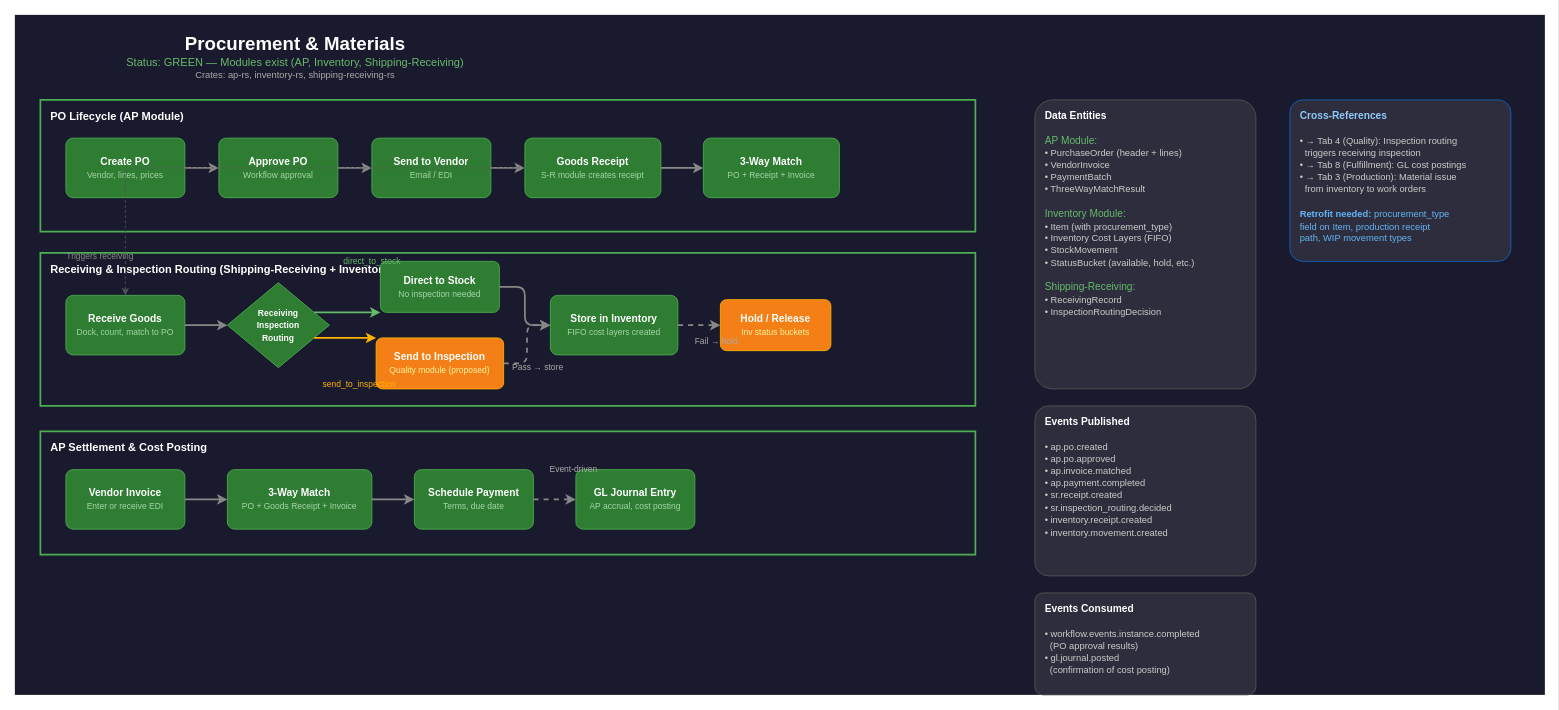
Above: page "1. Procurement & Materials" (2 of 11) of docs/plans/manufacturing-lifecycle.drawio in 7D-Solutions/7D-Solutions-Platform (draw.io), before the change. Source tidied: cells renumbered, new cells numbered last; positions are measured from the earlier drawing's top-left corner, leaving out a move shared by most shapes. Both pictures are drawn from the tidied source at 85%, with x=0, y=0 at pixel (14, 14).
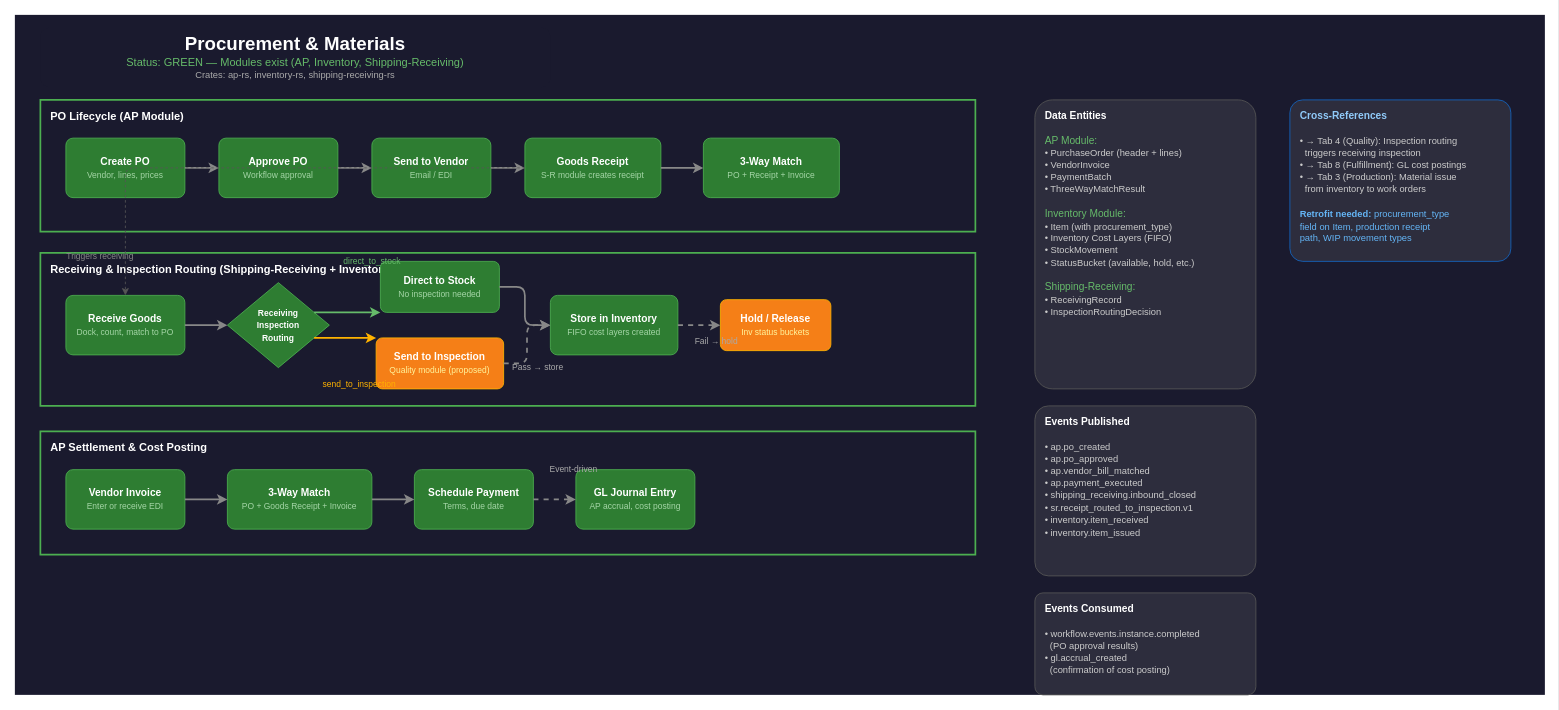
The same diagram, later.

What changed in the source:
```diff
@@
-    <mxCell id="43" value="&lt;font color=&quot;#FFFFFF&quot;&gt;&lt;b&gt;Events Published&lt;/b&gt;&lt;/font&gt;&lt;br&gt;&lt;br&gt;&lt;font color=&quot;#CCCCCC&quot; style=&quot;font-size:11px&quot;&gt;• ap.po.created&lt;br&gt;• ap.po.approved&lt;br&gt;• ap.invoice.matched&lt;br&gt;• ap.payment.completed&lt;br&gt;• sr.receipt.created&lt;br&gt;• sr.inspection_routing.decided&lt;br&gt;• inventory.receipt.created&lt;br&gt;• inventory.movement.created&lt;/font&gt;" style="rounded=1;whiteSpace=wrap;html=1;fillColor=#2d2d3d;strokeColor=#555555;arcSize=8;align=left;verticalAlign=top;spacingLeft=10;spacingTop=5;spacingRight=10;" parent="1" vertex="1">
+    <mxCell id="43" value="&lt;font color=&quot;#FFFFFF&quot;&gt;&lt;b&gt;Events Published&lt;/b&gt;&lt;/font&gt;&lt;br&gt;&lt;br&gt;&lt;font color=&quot;#CCCCCC&quot; style=&quot;font-size:11px&quot;&gt;• ap.po_created&lt;br&gt;• ap.po_approved&lt;br&gt;• ap.vendor_bill_matched&lt;br&gt;• ap.payment_executed&lt;br&gt;• shipping_receiving.inbound_closed&lt;br&gt;• sr.receipt_routed_to_inspection.v1&lt;br&gt;• inventory.item_received&lt;br&gt;• inventory.item_issued&lt;/font&gt;" style="rounded=1;whiteSpace=wrap;html=1;fillColor=#2d2d3d;strokeColor=#555555;arcSize=8;align=left;verticalAlign=top;spacingLeft=10;spacingTop=5;spacingRight=10;" parent="1" vertex="1">
       <mxGeometry x="1200" y="460" width="260" height="200" as="geometry" />
     </mxCell>
-    <mxCell id="44" value="&lt;font color=&quot;#FFFFFF&quot;&gt;&lt;b&gt;Events Consumed&lt;/b&gt;&lt;/font&gt;&lt;br&gt;&lt;br&gt;&lt;font color=&quot;#CCCCCC&quot; style=&quot;font-size:11px&quot;&gt;• workflow.events.instance.completed&lt;br&gt;&amp;nbsp; (PO approval results)&lt;br&gt;• gl.journal.posted&lt;br&gt;&amp;nbsp; (confirmation of cost posting)&lt;/font&gt;" style="rounded=1;whiteSpace=wrap;html=1;fillColor=#2d2d3d;strokeColor=#555555;arcSize=8;align=left;verticalAlign=top;spacingLeft=10;spacingTop=5;spacingRight=10;" parent="1" vertex="1">
+    <mxCell id="44" value="&lt;font color=&quot;#FFFFFF&quot;&gt;&lt;b&gt;Events Consumed&lt;/b&gt;&lt;/font&gt;&lt;br&gt;&lt;br&gt;&lt;font color=&quot;#CCCCCC&quot; style=&quot;font-size:11px&quot;&gt;• workflow.events.instance.completed&lt;br&gt;&amp;nbsp; (PO approval results)&lt;br&gt;• gl.accrual_created&lt;br&gt;&amp;nbsp; (confirmation of cost posting)&lt;/font&gt;" style="rounded=1;whiteSpace=wrap;html=1;fillColor=#2d2d3d;strokeColor=#555555;arcSize=8;align=left;verticalAlign=top;spacingLeft=10;spacingTop=5;spacingRight=10;" parent="1" vertex="1">
       <mxGeometry x="1200" y="680" width="260" height="120" as="geometry" />
     </mxCell>
```
